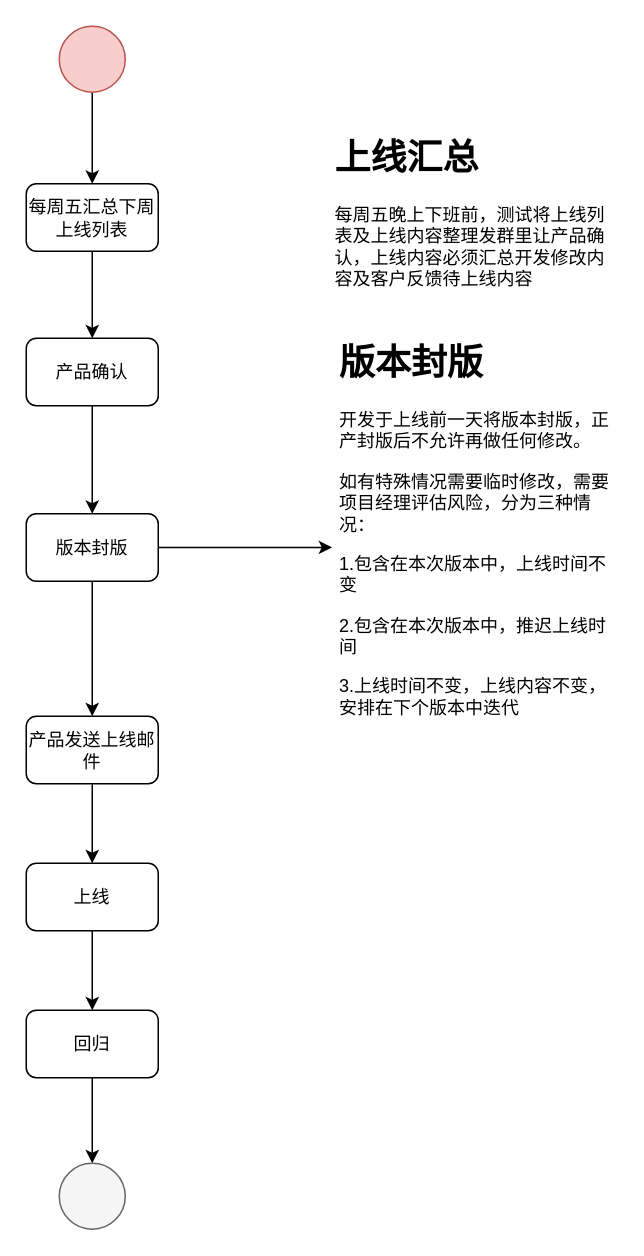
ammengke/my-drawio keeps this draw.io diagram as 蕴业上线流程规范.drawio. Above is the earlier version. Source tidied: cells renumbered, new cells numbered last; positions are measured from the earlier drawing's top-left corner, leaving out a move shared by most shapes. Both pictures are drawn from the tidied source at 150%, with x=0, y=0 at pixel (26, 26).
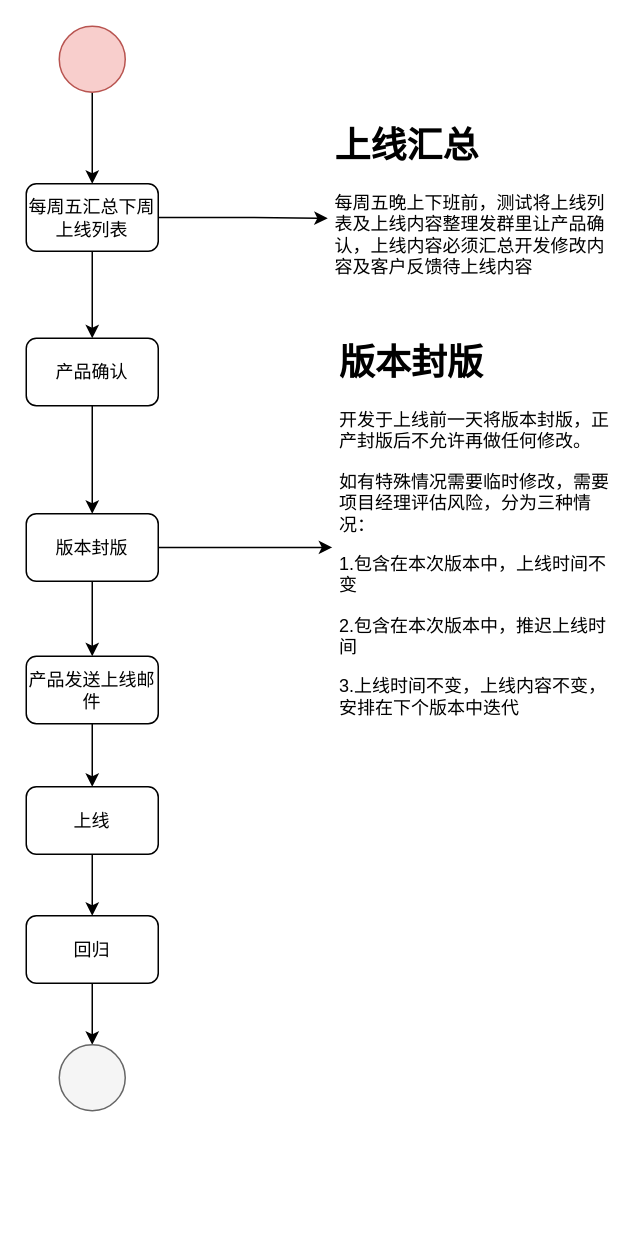
The same diagram, later.

Commit message (it also covers changes not shown here):
更新蕴业上线流程规范.drawio

The change refers to these unchanged cells:
```xml
<mxCell id="3" value="每周五汇总下周上线列表" style="rounded=1;whiteSpace=wrap;html=1;" parent="1" vertex="1">
  <mxGeometry y="105" width="88" height="45" as="geometry" />
</mxCell>
```

What changed in the source:
```diff
@@
+    <mxCell id="20" style="edgeStyle=orthogonalEdgeStyle;rounded=0;jettySize=auto;html=1;entryX=0;entryY=0.567;entryDx=0;entryDy=0;entryPerimeter=0;" parent="1" edge="1" source="3" target="6">
+      <mxGeometry relative="1" as="geometry" />
+    </mxCell>
@@
     <mxCell id="6" value="&lt;h1&gt;上线汇总&lt;/h1&gt;&lt;p&gt;每周五晚上下班前，测试将上线列表及上线内容整理发群里让产品确认，上线内容必须汇总开发修改内容及客户反馈待上线内容&lt;/p&gt;" style="text;html=1;strokeColor=none;fillColor=none;spacing=5;spacingTop=-20;whiteSpace=wrap;overflow=hidden;rounded=0;" parent="1" vertex="1">
-      <mxGeometry x="201" y="68" width="190" height="120" as="geometry" />
+      <mxGeometry x="201" y="60" width="190" height="120" as="geometry" />
     </mxCell>
@@
     <mxCell id="14" value="产品发送上线邮件" style="rounded=1;whiteSpace=wrap;html=1;" parent="1" vertex="1">
-      <mxGeometry y="460" width="88" height="45" as="geometry" />
+      <mxGeometry y="420" width="88" height="45" as="geometry" />
     </mxCell>
@@
     <mxCell id="16" value="上线" style="rounded=1;whiteSpace=wrap;html=1;" parent="1" vertex="1">
-      <mxGeometry y="558" width="88" height="45" as="geometry" />
+      <mxGeometry y="507" width="88" height="45" as="geometry" />
     </mxCell>
@@
     <mxCell id="18" value="回归" style="rounded=1;whiteSpace=wrap;html=1;" parent="1" vertex="1">
-      <mxGeometry y="656" width="88" height="45" as="geometry" />
+      <mxGeometry y="593" width="88" height="45" as="geometry" />
     </mxCell>
     <mxCell id="19" style="ellipse;whiteSpace=wrap;html=1;fillColor=#f5f5f5;strokeColor=#666666;fontColor=#333333;" parent="1" vertex="1">
-      <mxGeometry x="22" y="758" width="44" height="44" as="geometry" />
+      <mxGeometry x="22" y="679" width="44" height="44" as="geometry" />
     </mxCell>
```
